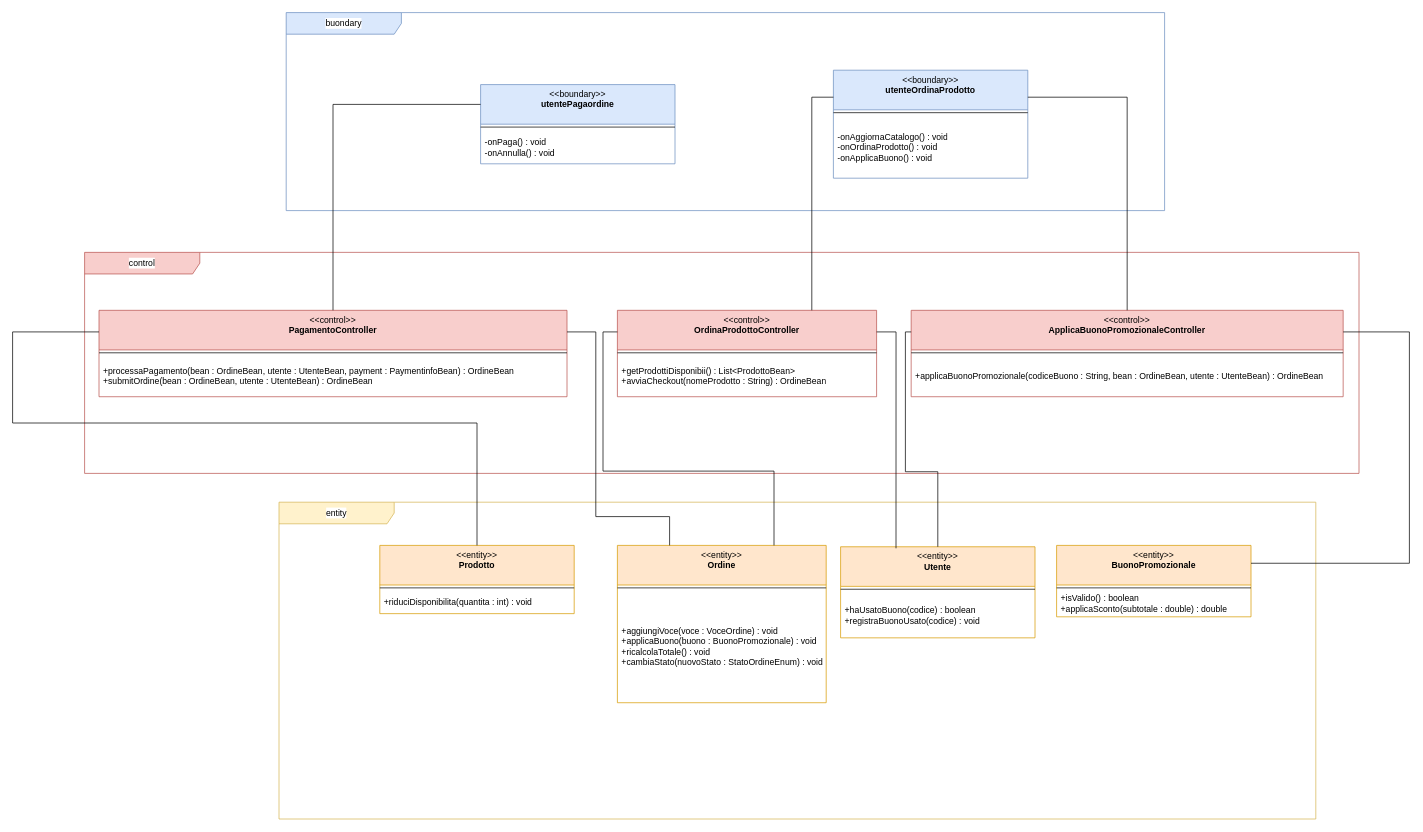
Before: docs/relazione_italiana/figures/vopc_uc04.drawio in Damiano-o/test, a draw.io diagram. Source tidied: cells renumbered, new cells numbered last; positions are measured from the earlier drawing's top-left corner, leaving out a move shared by most shapes. Both pictures are drawn from the tidied source at 72%, with x=0, y=0 at pixel (12, 12).
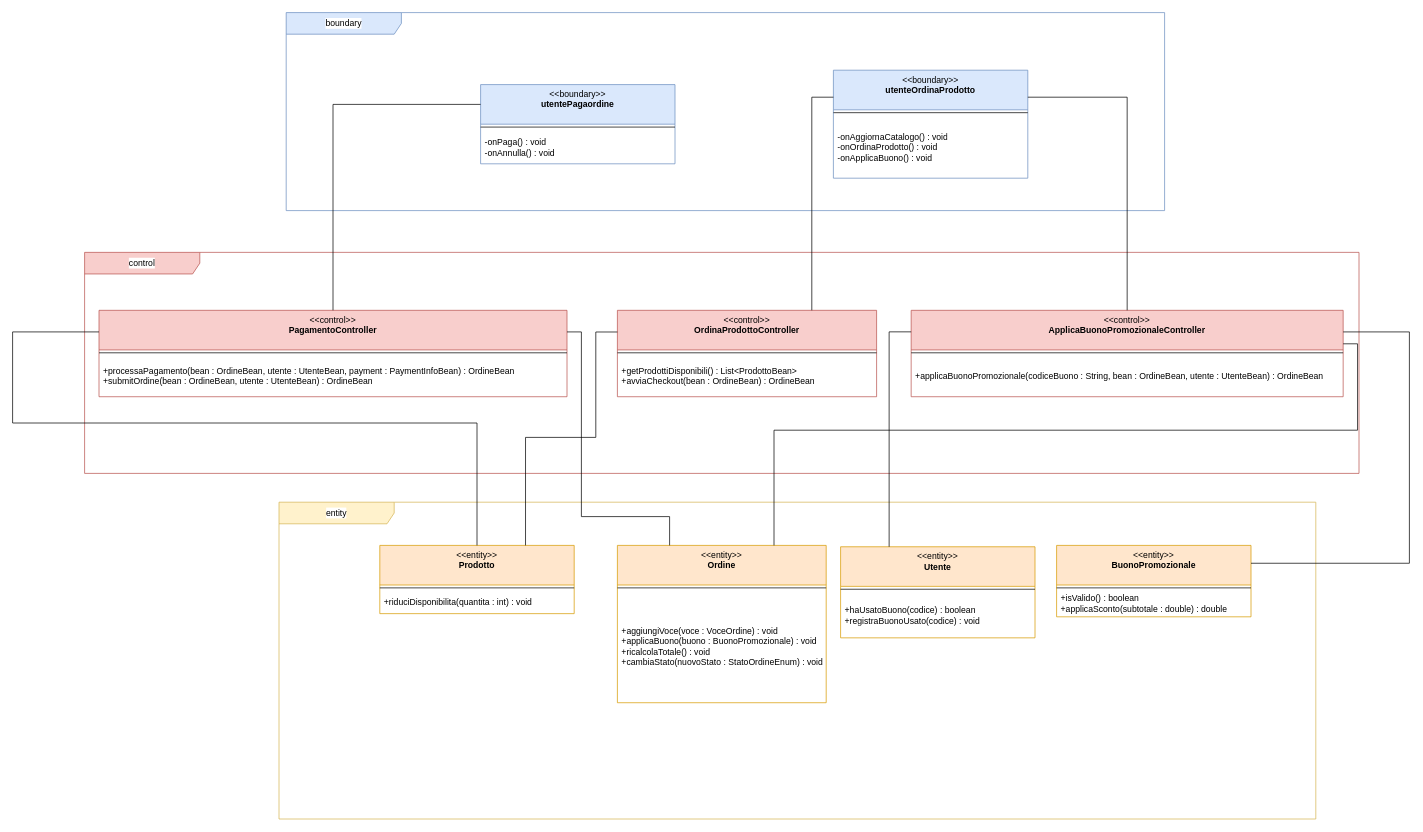
The same page after the edit.

The change refers to these unchanged cells:
```xml
<mxCell id="2" value="&amp;lt;&amp;lt;entity&amp;gt;&amp;gt;&lt;div&gt;&lt;b&gt;Ordine&lt;/b&gt;&lt;br&gt;&lt;div&gt;&lt;b&gt;&lt;br&gt;&lt;/b&gt;&lt;/div&gt;&lt;/div&gt;" style="swimlane;fontStyle=0;align=center;verticalAlign=top;horizontal=1;startSize=55;html=1;whiteSpace=wrap;fillColor=#ffe6cc;strokeColor=#d79b00;" parent="1" vertex="1">
  <mxGeometry x="840" y="740" width="290" height="218.5" as="geometry" />
</mxCell>
<mxCell id="5" value="&amp;lt;&amp;lt;entity&amp;gt;&amp;gt;&lt;div&gt;&lt;b&gt;Prodotto&lt;/b&gt;&lt;br&gt;&lt;div&gt;&lt;b&gt;&lt;br&gt;&lt;/b&gt;&lt;/div&gt;&lt;/div&gt;" style="swimlane;fontStyle=0;align=center;verticalAlign=top;horizontal=1;startSize=55;html=1;whiteSpace=wrap;fillColor=#ffe6cc;strokeColor=#d79b00;" parent="1" vertex="1">
  <mxGeometry x="510" y="740" width="270" height="94.8" as="geometry" />
</mxCell>
<mxCell id="8" value="&amp;lt;&amp;lt;entity&amp;gt;&amp;gt;&lt;div&gt;&lt;b&gt;BuonoPromozionale&lt;/b&gt;&lt;br&gt;&lt;div&gt;&lt;b&gt;&lt;br&gt;&lt;/b&gt;&lt;/div&gt;&lt;/div&gt;" style="swimlane;fontStyle=0;align=center;verticalAlign=top;horizontal=1;startSize=55;html=1;whiteSpace=wrap;fillColor=#ffe6cc;strokeColor=#d79b00;" parent="1" vertex="1">
  <mxGeometry x="1450" y="740" width="270" height="99.2" as="geometry" />
</mxCell>
<mxCell id="11" value="&amp;lt;&amp;lt;entity&amp;gt;&amp;gt;&lt;div&gt;&lt;b&gt;Utente&lt;/b&gt;&lt;br&gt;&lt;div&gt;&lt;b&gt;&lt;br&gt;&lt;/b&gt;&lt;/div&gt;&lt;/div&gt;" style="swimlane;fontStyle=0;align=center;verticalAlign=top;horizontal=1;startSize=55;html=1;whiteSpace=wrap;fillColor=#ffe6cc;strokeColor=#d79b00;" parent="1" vertex="1">
  <mxGeometry x="1150" y="741.9" width="270" height="126.5" as="geometry" />
</mxCell>
<mxCell id="22" value="&amp;lt;&amp;lt;control&amp;gt;&amp;gt;&lt;div&gt;&lt;b&gt;PagamentoController&lt;/b&gt;&lt;br&gt;&lt;div&gt;&lt;b&gt;&lt;br&gt;&lt;/b&gt;&lt;/div&gt;&lt;/div&gt;" style="swimlane;fontStyle=0;align=center;verticalAlign=top;horizontal=1;startSize=55;html=1;whiteSpace=wrap;fillColor=#f8cecc;strokeColor=#b85450;" parent="21" vertex="1">
  <mxGeometry x="20" y="80.5" width="650" height="120" as="geometry" />
</mxCell>
<mxCell id="25" value="&amp;lt;&amp;lt;control&amp;gt;&amp;gt;&lt;div&gt;&lt;b&gt;OrdinaProdottoController&lt;/b&gt;&lt;br&gt;&lt;div&gt;&lt;b&gt;&lt;br&gt;&lt;/b&gt;&lt;/div&gt;&lt;/div&gt;" style="swimlane;fontStyle=0;align=center;verticalAlign=top;horizontal=1;startSize=55;html=1;whiteSpace=wrap;fillColor=#f8cecc;strokeColor=#b85450;" parent="21" vertex="1">
  <mxGeometry x="740" y="80.5" width="360" height="120" as="geometry" />
</mxCell>
<mxCell id="28" value="&amp;lt;&amp;lt;control&amp;gt;&amp;gt;&lt;div&gt;&lt;b&gt;ApplicaBuonoPromozionaleController&lt;/b&gt;&lt;br&gt;&lt;div&gt;&lt;b&gt;&lt;br&gt;&lt;/b&gt;&lt;/div&gt;&lt;/div&gt;" style="swimlane;fontStyle=0;align=center;verticalAlign=top;horizontal=1;startSize=55;html=1;whiteSpace=wrap;fillColor=#f8cecc;strokeColor=#b85450;" parent="21" vertex="1">
  <mxGeometry x="1148" y="80.5" width="600" height="120" as="geometry" />
</mxCell>
```

What changed in the source:
```diff
@@
-    <mxCell id="14" value="&lt;span&gt;buondary&lt;/span&gt;" style="shape=umlFrame;whiteSpace=wrap;html=1;width=160;fontFamily=Helvetica;fontSize=12;labelBackgroundColor=default;fillColor=#dae8fc;strokeColor=#6c8ebf;" parent="1" vertex="1">
+    <mxCell id="14" value="&lt;span&gt;boundary&lt;/span&gt;" style="shape=umlFrame;whiteSpace=wrap;html=1;width=160;fontFamily=Helvetica;fontSize=12;labelBackgroundColor=default;fillColor=#dae8fc;strokeColor=#6c8ebf;" parent="1" vertex="1">
       <mxGeometry x="380" width="1220" height="275" as="geometry" />
     </mxCell>
@@
-    <mxCell id="24" value="&lt;div&gt;+processaPagamento(bean : OrdineBean, utente : UtenteBean, payment : PaymentinfoBean) : OrdineBean&lt;/div&gt;&lt;div&gt;+submitOrdine(bean : OrdineBean, utente : UtenteBean) : OrdineBean&lt;/div&gt;" style="text;html=1;strokeColor=none;fillColor=none;align=left;verticalAlign=middle;spacingLeft=4;spacingRight=4;overflow=hidden;whiteSpace=wrap;" parent="22" vertex="1">
+    <mxCell id="24" value="&lt;div&gt;+processaPagamento(bean : OrdineBean, utente : UtenteBean, payment : PaymentInfoBean) : OrdineBean&lt;/div&gt;&lt;div&gt;+submitOrdine(bean : OrdineBean, utente : UtenteBean) : OrdineBean&lt;/div&gt;" style="text;html=1;strokeColor=none;fillColor=none;align=left;verticalAlign=middle;spacingLeft=4;spacingRight=4;overflow=hidden;whiteSpace=wrap;" parent="22" vertex="1">
       <mxGeometry y="63" width="650" height="57" as="geometry" />
     </mxCell>
@@
-    <mxCell id="27" value="&lt;div&gt;+getProdottiDisponibii() : List&amp;lt;ProdottoBean&amp;gt;&lt;/div&gt;&lt;div&gt;+avviaCheckout(nomeProdotto : String) : OrdineBean&lt;/div&gt;" style="text;html=1;strokeColor=none;fillColor=none;align=left;verticalAlign=middle;spacingLeft=4;spacingRight=4;overflow=hidden;whiteSpace=wrap;" parent="25" vertex="1">
+    <mxCell id="27" value="&lt;div&gt;+getProdottiDisponibili() : List&amp;lt;ProdottoBean&amp;gt;&lt;/div&gt;&lt;div&gt;+avviaCheckout(bean : OrdineBean) : OrdineBean&lt;/div&gt;" style="text;html=1;strokeColor=none;fillColor=none;align=left;verticalAlign=middle;spacingLeft=4;spacingRight=4;overflow=hidden;whiteSpace=wrap;" parent="25" vertex="1">
       <mxGeometry y="63" width="360" height="57" as="geometry" />
     </mxCell>
@@
     <mxCell id="35" style="edgeStyle=orthogonalEdgeStyle;shape=connector;rounded=0;jettySize=auto;html=1;exitX=1;exitY=0.25;exitDx=0;exitDy=0;entryX=0.25;entryY=0;entryDx=0;entryDy=0;strokeColor=default;align=center;verticalAlign=middle;fontFamily=Helvetica;fontSize=11;fontColor=default;labelBackgroundColor=default;endArrow=none;endFill=0;" parent="1" edge="1" source="22" target="2">
       <mxGeometry relative="1" as="geometry">
         <Array as="points">
-          <mxPoint x="810" y="443.5" />
-          <mxPoint x="810" y="700" />
-          <mxPoint x="912.5" y="700" />
+          <mxPoint x="790" y="443.6" />
+          <mxPoint x="790" y="700" />
+          <mxPoint x="912.4" y="700" />
         </Array>
       </mxGeometry>
     </mxCell>
-    <mxCell id="36" style="edgeStyle=orthogonalEdgeStyle;shape=connector;rounded=0;jettySize=auto;html=1;exitX=0;exitY=0.25;exitDx=0;exitDy=0;entryX=0.75;entryY=0;entryDx=0;entryDy=0;strokeColor=default;align=center;verticalAlign=middle;fontFamily=Helvetica;fontSize=11;fontColor=default;labelBackgroundColor=default;endArrow=none;endFill=0;" parent="1" edge="1" source="25" target="2">
-      <mxGeometry relative="1" as="geometry" />
+    <mxCell id="36" style="edgeStyle=orthogonalEdgeStyle;shape=connector;rounded=0;jettySize=auto;html=1;strokeColor=default;align=center;verticalAlign=middle;fontFamily=Helvetica;fontSize=11;fontColor=default;labelBackgroundColor=default;endArrow=none;endFill=0;" parent="1" edge="1" source="25" target="5">
+      <mxGeometry relative="1" as="geometry">
+        <Array as="points">
+          <mxPoint x="810" y="443.6" />
+          <mxPoint x="810" y="590" />
+          <mxPoint x="712.4" y="590" />
+        </Array>
+      </mxGeometry>
     </mxCell>
-    <mxCell id="37" style="edgeStyle=orthogonalEdgeStyle;shape=connector;rounded=0;jettySize=auto;html=1;exitX=0;exitY=0.25;exitDx=0;exitDy=0;strokeColor=default;align=center;verticalAlign=middle;fontFamily=Helvetica;fontSize=11;fontColor=default;labelBackgroundColor=default;endArrow=none;endFill=0;" parent="1" edge="1" source="28" target="11">
+    <mxCell id="37" style="edgeStyle=orthogonalEdgeStyle;shape=connector;rounded=0;jettySize=auto;html=1;strokeColor=default;align=center;verticalAlign=middle;fontFamily=Helvetica;fontSize=11;fontColor=default;labelBackgroundColor=default;endArrow=none;endFill=0;" parent="1" edge="1" source="28" target="11">
       <mxGeometry relative="1" as="geometry">
         <Array as="points">
-          <mxPoint x="1240" y="443.5" />
-          <mxPoint x="1240" y="637.7" />
-          <mxPoint x="1285" y="637.7" />
+          <mxPoint x="1217.4" y="443.4" />
         </Array>
       </mxGeometry>
     </mxCell>
-    <mxCell id="38" style="edgeStyle=orthogonalEdgeStyle;shape=connector;rounded=0;jettySize=auto;html=1;exitX=1;exitY=0.25;exitDx=0;exitDy=0;entryX=0.285;entryY=0.017;entryDx=0;entryDy=0;entryPerimeter=0;strokeColor=default;align=center;verticalAlign=middle;fontFamily=Helvetica;fontSize=11;fontColor=default;labelBackgroundColor=default;endArrow=none;endFill=0;" parent="1" edge="1" source="25" target="11">
-      <mxGeometry relative="1" as="geometry" />
+    <mxCell id="38" style="edgeStyle=orthogonalEdgeStyle;shape=connector;rounded=0;jettySize=auto;html=1;strokeColor=default;align=center;verticalAlign=middle;fontFamily=Helvetica;fontSize=11;fontColor=default;labelBackgroundColor=default;endArrow=none;endFill=0;exitPerimeter=0;" parent="1" edge="1" source="28" target="2">
+      <mxGeometry relative="1" as="geometry">
+        <Array as="points">
+          <mxPoint x="1847.4" y="460" />
+          <mxPoint x="1868" y="460" />
+          <mxPoint x="1868" y="580" />
+          <mxPoint x="1057.5" y="580" />
+        </Array>
+      </mxGeometry>
     </mxCell>
@@
+    <mxCell id="41" style="edgeStyle=orthogonalEdgeStyle;shape=connector;rounded=0;jettySize=auto;html=1;exitX=0;exitY=0.25;exitDx=0;exitDy=0;strokeColor=default;align=center;verticalAlign=middle;fontFamily=Helvetica;fontSize=11;fontColor=default;labelBackgroundColor=default;endArrow=none;endFill=0;" parent="1" edge="1" source="22" target="11" />
+    <mxCell id="42" style="edgeStyle=orthogonalEdgeStyle;shape=connector;rounded=0;jettySize=auto;html=1;exitX=0;exitY=0.25;exitDx=0;exitDy=0;strokeColor=default;align=center;verticalAlign=middle;fontFamily=Helvetica;fontSize=11;fontColor=default;labelBackgroundColor=default;endArrow=none;endFill=0;" parent="1" edge="1" source="22" target="8" />
```
